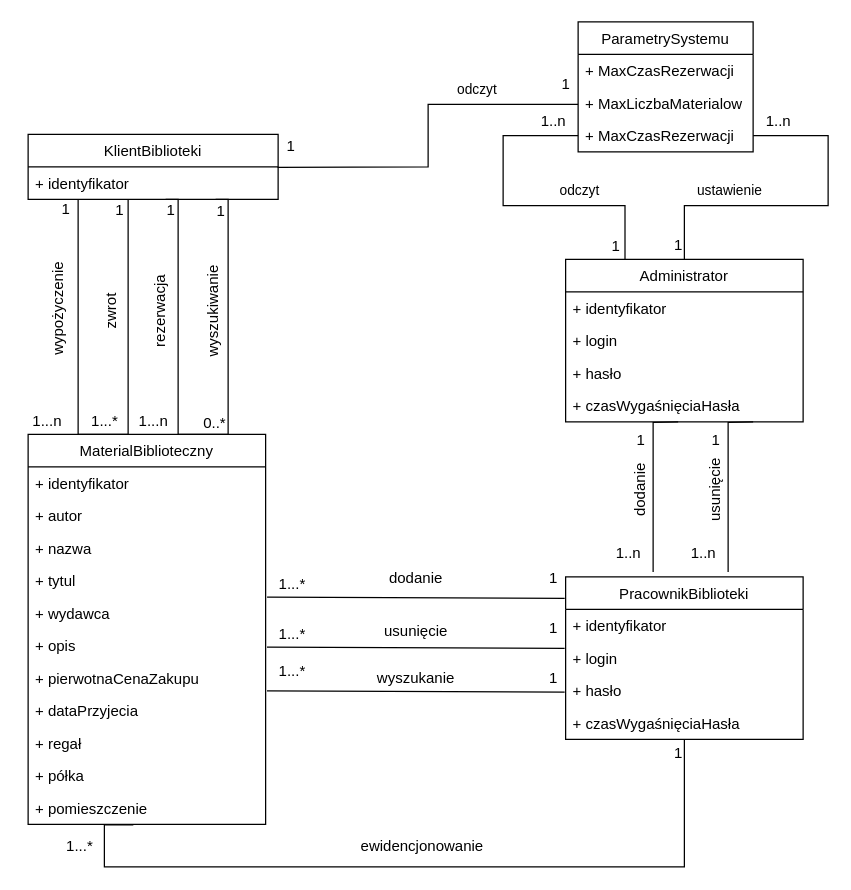
The draw.io diagram Class diagram.drawio in mrogur/inz_opr, before the edit. Source tidied: cells renumbered, new cells numbered last; positions are measured from the earlier drawing's top-left corner, leaving out a move shared by most shapes. Both pictures are drawn from the tidied source at 125%, with x=0, y=0 at pixel (1, 21).
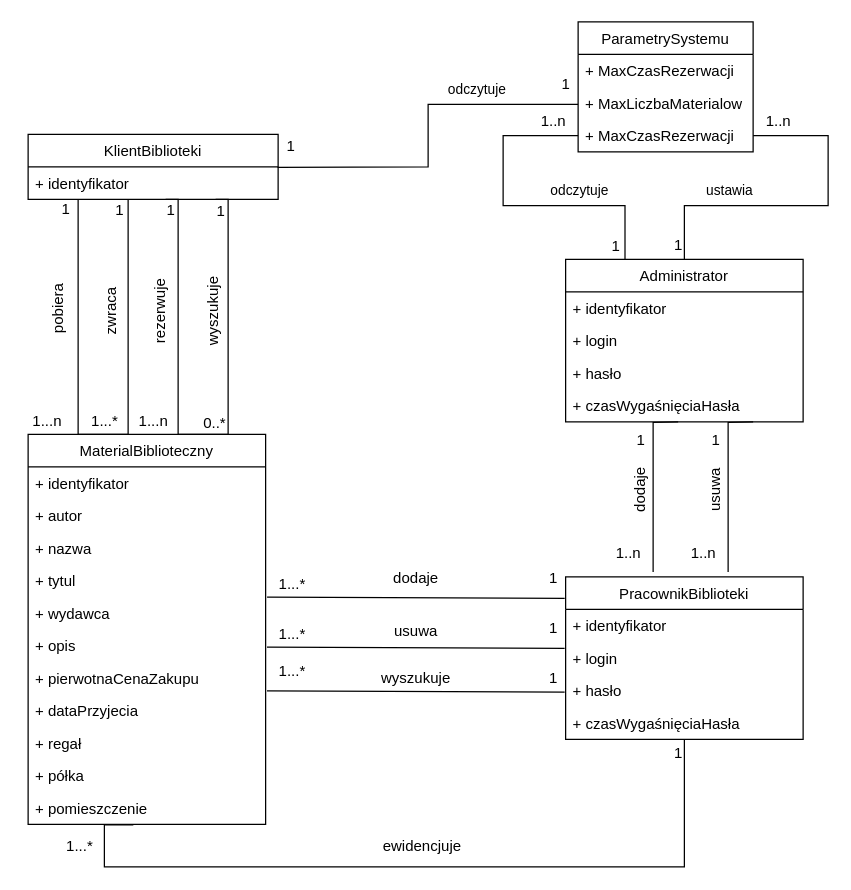
After the change.

The change refers to these unchanged cells:
```xml
<mxCell id="48" style="endArrow=none;html=1;rounded=0;exitX=0.998;exitY=-0.023;exitDx=0;exitDy=0;exitPerimeter=0;entryX=0;entryY=0.5;entryDx=0;entryDy=0;" parent="1" edge="1">
  <mxGeometry relative="1" as="geometry">
    <mxPoint x="220.6" y="116.4" as="sourcePoint" />
    <mxPoint x="461" y="66" as="targetPoint" />
    <Array as="points">
      <mxPoint x="341" y="116" />
      <mxPoint x="341" y="66" />
    </Array>
  </mxGeometry>
</mxCell>
```

What changed in the source:
```diff
@@
-    <mxCell id="31" value="wypożyczenie" style="text;html=1;align=center;verticalAlign=middle;strokeColor=none;fillColor=none;rotation=-90;" parent="1" vertex="1">
-      <mxGeometry y="220" width="90" height="20" as="geometry" />
+    <mxCell id="31" value="pobiera" style="text;html=1;align=center;verticalAlign=middle;strokeColor=none;fillColor=none;rotation=-90;" parent="1" vertex="1">
+      <mxGeometry x="20" y="220" width="50" height="20" as="geometry" />
     </mxCell>
-    <mxCell id="32" value="zwrot" style="text;html=1;align=center;verticalAlign=middle;strokeColor=none;fillColor=none;rotation=-90;" parent="1" vertex="1">
-      <mxGeometry x="68" y="222" width="40" height="20" as="geometry" />
+    <mxCell id="32" value="zwraca" style="text;html=1;align=center;verticalAlign=middle;strokeColor=none;fillColor=none;rotation=-90;" parent="1" vertex="1">
+      <mxGeometry x="63" y="222" width="50" height="20" as="geometry" />
     </mxCell>
@@
-    <mxCell id="38" value="wyszukiwanie" style="text;html=1;align=center;verticalAlign=middle;strokeColor=none;fillColor=none;rotation=-90;" parent="1" vertex="1">
-      <mxGeometry x="124" y="222" width="90" height="20" as="geometry" />
+    <mxCell id="38" value="wyszukuje" style="text;html=1;align=center;verticalAlign=middle;strokeColor=none;fillColor=none;rotation=-90;" parent="1" vertex="1">
+      <mxGeometry x="134" y="222" width="70" height="20" as="geometry" />
     </mxCell>
-    <mxCell id="39" value="rezerwacja" style="text;html=1;align=center;verticalAlign=middle;strokeColor=none;fillColor=none;rotation=-90;" parent="1" vertex="1">
+    <mxCell id="39" value="rezerwuje" style="text;html=1;align=center;verticalAlign=middle;strokeColor=none;fillColor=none;rotation=-90;" parent="1" vertex="1">
       <mxGeometry x="92" y="222" width="70" height="20" as="geometry" />
     </mxCell>
@@
-    <mxCell id="49" value="odczyt" style="edgeLabel;html=1;align=center;verticalAlign=middle;rotation=0;" parent="48" vertex="1">
+    <mxCell id="49" value="odczytuje" style="edgeLabel;html=1;align=center;verticalAlign=middle;rotation=0;" parent="48" vertex="1">
       <mxGeometry x="-0.33" y="-1" relative="1" as="geometry">
         <mxPoint x="62" y="-64" as="offset" />
       </mxGeometry>
     </mxCell>
-    <mxCell id="50" value="ustawienie" style="edgeLabel;html=1;align=center;verticalAlign=middle;rotation=0;" parent="1" vertex="1">
+    <mxCell id="50" value="ustawia" style="edgeLabel;html=1;align=center;verticalAlign=middle;rotation=0;" parent="1" vertex="1">
       <mxGeometry x="581" y="134" as="geometry" />
     </mxCell>
-    <mxCell id="51" value="odczyt" style="edgeLabel;html=1;align=center;verticalAlign=middle;rotation=0;" parent="1" vertex="1">
+    <mxCell id="51" value="odczytuje" style="edgeLabel;html=1;align=center;verticalAlign=middle;rotation=0;" parent="1" vertex="1">
       <mxGeometry x="461" y="134" as="geometry" />
     </mxCell>
@@
-    <mxCell id="68" value="dodanie" style="text;html=1;align=center;verticalAlign=middle;strokeColor=none;fillColor=none;" parent="1" vertex="1">
-      <mxGeometry x="301" y="435" width="60" height="20" as="geometry" />
+    <mxCell id="68" value="dodaje" style="text;html=1;align=center;verticalAlign=middle;strokeColor=none;fillColor=none;" parent="1" vertex="1">
+      <mxGeometry x="306" y="435" width="50" height="20" as="geometry" />
     </mxCell>
-    <mxCell id="69" value="usunięcie" style="text;html=1;align=center;verticalAlign=middle;strokeColor=none;fillColor=none;" parent="1" vertex="1">
-      <mxGeometry x="296" y="478" width="70" height="20" as="geometry" />
+    <mxCell id="69" value="usuwa" style="text;html=1;align=center;verticalAlign=middle;strokeColor=none;fillColor=none;" parent="1" vertex="1">
+      <mxGeometry x="306" y="478" width="50" height="20" as="geometry" />
     </mxCell>
-    <mxCell id="70" value="wyszukanie" style="text;html=1;align=center;verticalAlign=middle;strokeColor=none;fillColor=none;" parent="1" vertex="1">
-      <mxGeometry x="291" y="515" width="80" height="20" as="geometry" />
+    <mxCell id="70" value="wyszukuje" style="text;html=1;align=center;verticalAlign=middle;strokeColor=none;fillColor=none;" parent="1" vertex="1">
+      <mxGeometry x="296" y="515" width="70" height="20" as="geometry" />
     </mxCell>
-    <mxCell id="71" value="ewidencjonowanie" style="text;html=1;align=center;verticalAlign=middle;strokeColor=none;fillColor=none;" parent="1" vertex="1">
-      <mxGeometry x="281" y="650" width="110" height="20" as="geometry" />
+    <mxCell id="71" value="ewidencjuje" style="text;html=1;align=center;verticalAlign=middle;strokeColor=none;fillColor=none;" parent="1" vertex="1">
+      <mxGeometry x="296" y="650" width="80" height="20" as="geometry" />
     </mxCell>
@@
-    <mxCell id="76" value="dodanie" style="text;html=1;align=center;verticalAlign=middle;strokeColor=none;fillColor=none;rotation=-90;" parent="1" vertex="1">
-      <mxGeometry x="481" y="365" width="60" height="20" as="geometry" />
+    <mxCell id="76" value="dodaje" style="text;html=1;align=center;verticalAlign=middle;strokeColor=none;fillColor=none;rotation=-90;" parent="1" vertex="1">
+      <mxGeometry x="486" y="365" width="50" height="20" as="geometry" />
     </mxCell>
-    <mxCell id="77" value="usunięcie" style="text;html=1;align=center;verticalAlign=middle;strokeColor=none;fillColor=none;rotation=-90;" parent="1" vertex="1">
-      <mxGeometry x="536" y="365" width="70" height="20" as="geometry" />
+    <mxCell id="77" value="usuwa" style="text;html=1;align=center;verticalAlign=middle;strokeColor=none;fillColor=none;rotation=-90;" parent="1" vertex="1">
+      <mxGeometry x="546" y="365" width="50" height="20" as="geometry" />
     </mxCell>
```
